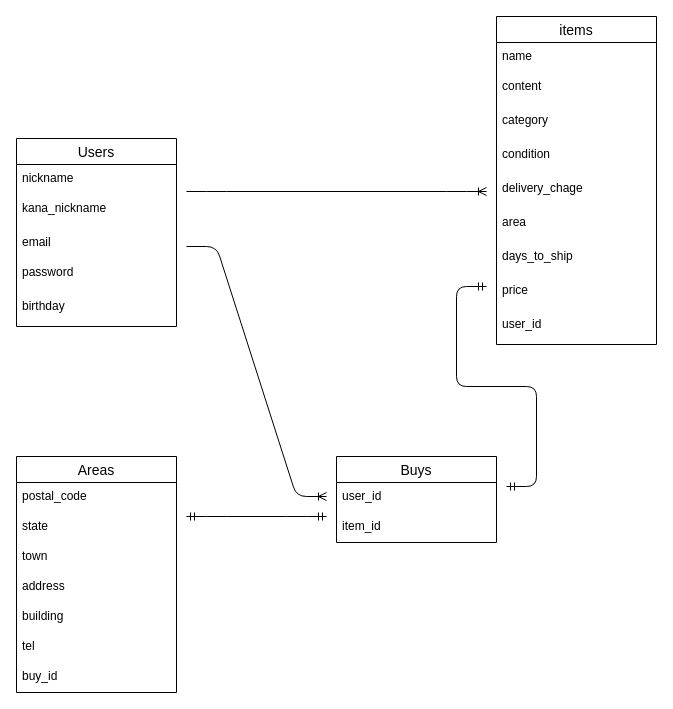
The draw.io diagram app/test.dio in kengolgol/furima-35558, before the edit. Source tidied: cells renumbered, new cells numbered last; positions are measured from the earlier drawing's top-left corner, leaving out a move shared by most shapes. Both pictures are drawn from the tidied source at 100%, with x=0, y=0 at pixel (16, 16).
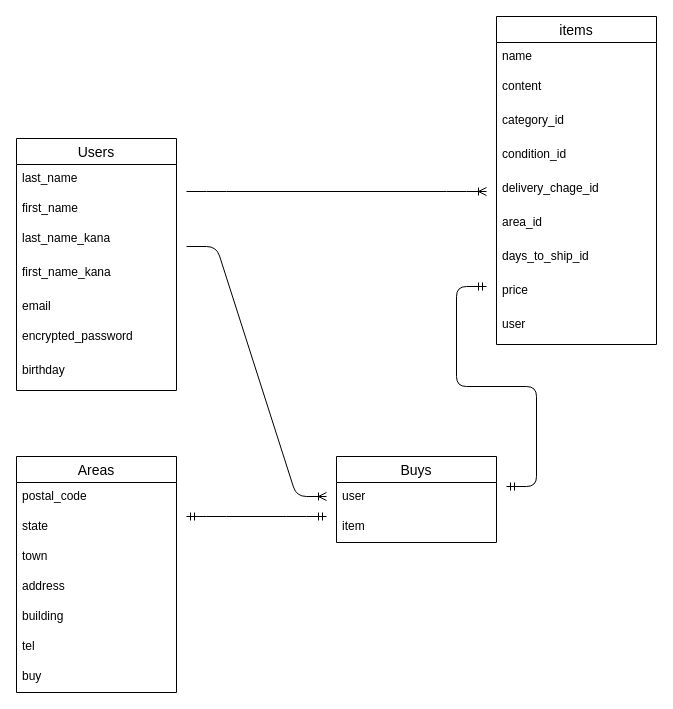
After the change.

The change refers to these unchanged cells:
```xml
<mxCell id="2" value="items" style="swimlane;fontStyle=0;horizontal=1;startSize=26;align=center;fontSize=14;" parent="1" vertex="1">
  <mxGeometry x="480" width="160" height="328" as="geometry" />
</mxCell>
<mxCell id="18" value="Areas" style="swimlane;fontStyle=0;horizontal=1;startSize=26;align=center;fontSize=14;" parent="1" vertex="1">
  <mxGeometry y="440" width="160" height="236" as="geometry" />
</mxCell>
<mxCell id="26" value="Buys" style="swimlane;fontStyle=0;horizontal=1;startSize=26;align=center;fontSize=14;" parent="1" vertex="1">
  <mxGeometry x="320" y="440" width="160" height="86" as="geometry" />
</mxCell>
```

The edit, as a diff of the source:
```diff
@@
-    <mxCell id="5" value="category" style="text;strokeColor=none;fillColor=none;spacingLeft=4;spacingRight=4;overflow=hidden;fontSize=12;" parent="2" vertex="1">
+    <mxCell id="5" value="category_id" style="text;strokeColor=none;fillColor=none;spacingLeft=4;spacingRight=4;overflow=hidden;fontSize=12;" parent="2" vertex="1">
       <mxGeometry y="90" width="160" height="34" as="geometry" />
     </mxCell>
-    <mxCell id="6" value="condition" style="text;strokeColor=none;fillColor=none;spacingLeft=4;spacingRight=4;overflow=hidden;fontSize=12;" parent="2" vertex="1">
+    <mxCell id="6" value="condition_id" style="text;strokeColor=none;fillColor=none;spacingLeft=4;spacingRight=4;overflow=hidden;fontSize=12;" parent="2" vertex="1">
       <mxGeometry y="124" width="160" height="34" as="geometry" />
     </mxCell>
-    <mxCell id="7" value="delivery_chage" style="text;strokeColor=none;fillColor=none;spacingLeft=4;spacingRight=4;overflow=hidden;fontSize=12;" parent="2" vertex="1">
+    <mxCell id="7" value="delivery_chage_id" style="text;strokeColor=none;fillColor=none;spacingLeft=4;spacingRight=4;overflow=hidden;fontSize=12;" parent="2" vertex="1">
       <mxGeometry y="158" width="160" height="34" as="geometry" />
     </mxCell>
-    <mxCell id="8" value="area" style="text;strokeColor=none;fillColor=none;spacingLeft=4;spacingRight=4;overflow=hidden;fontSize=12;" parent="2" vertex="1">
+    <mxCell id="8" value="area_id" style="text;strokeColor=none;fillColor=none;spacingLeft=4;spacingRight=4;overflow=hidden;fontSize=12;" parent="2" vertex="1">
       <mxGeometry y="192" width="160" height="34" as="geometry" />
     </mxCell>
-    <mxCell id="9" value="days_to_ship" style="text;strokeColor=none;fillColor=none;spacingLeft=4;spacingRight=4;overflow=hidden;fontSize=12;" parent="2" vertex="1">
+    <mxCell id="9" value="days_to_ship_id" style="text;strokeColor=none;fillColor=none;spacingLeft=4;spacingRight=4;overflow=hidden;fontSize=12;" parent="2" vertex="1">
       <mxGeometry y="226" width="160" height="34" as="geometry" />
     </mxCell>
@@
-    <mxCell id="11" value="user_id" style="text;strokeColor=none;fillColor=none;spacingLeft=4;spacingRight=4;overflow=hidden;fontSize=12;" parent="2" vertex="1">
+    <mxCell id="11" value="user" style="text;strokeColor=none;fillColor=none;spacingLeft=4;spacingRight=4;overflow=hidden;fontSize=12;" parent="2" vertex="1">
       <mxGeometry y="294" width="160" height="34" as="geometry" />
     </mxCell>
     <mxCell id="12" value="Users" style="swimlane;fontStyle=0;horizontal=1;startSize=26;align=center;fontSize=14;" parent="1" vertex="1">
-      <mxGeometry y="122" width="160" height="188" as="geometry" />
+      <mxGeometry y="122" width="160" height="252" as="geometry" />
     </mxCell>
-    <mxCell id="13" value="nickname" style="text;strokeColor=none;fillColor=none;spacingLeft=4;spacingRight=4;overflow=hidden;fontSize=12;" parent="12" vertex="1">
+    <mxCell id="13" value="last_name" style="text;strokeColor=none;fillColor=none;spacingLeft=4;spacingRight=4;overflow=hidden;fontSize=12;" parent="12" vertex="1">
       <mxGeometry y="26" width="160" height="30" as="geometry" />
     </mxCell>
+    <mxCell id="33" value="first_name" style="text;strokeColor=none;fillColor=none;spacingLeft=4;spacingRight=4;overflow=hidden;fontSize=12;" parent="12" vertex="1">
+      <mxGeometry y="56" width="160" height="30" as="geometry" />
+    </mxCell>
-    <mxCell id="14" value="kana_nickname" style="text;strokeColor=none;fillColor=none;spacingLeft=4;spacingRight=4;overflow=hidden;fontSize=12;" parent="12" vertex="1">
-      <mxGeometry y="56" width="160" height="34" as="geometry" />
+    <mxCell id="14" value="last_name_kana" style="text;strokeColor=none;fillColor=none;spacingLeft=4;spacingRight=4;overflow=hidden;fontSize=12;" parent="12" vertex="1">
+      <mxGeometry y="86" width="160" height="34" as="geometry" />
     </mxCell>
+    <mxCell id="34" value="first_name_kana" style="text;strokeColor=none;fillColor=none;spacingLeft=4;spacingRight=4;overflow=hidden;fontSize=12;" parent="12" vertex="1">
+      <mxGeometry y="120" width="160" height="34" as="geometry" />
+    </mxCell>
     <mxCell id="15" value="email" style="text;strokeColor=none;fillColor=none;spacingLeft=4;spacingRight=4;overflow=hidden;fontSize=12;" parent="12" vertex="1">
-      <mxGeometry y="90" width="160" height="30" as="geometry" />
+      <mxGeometry y="154" width="160" height="30" as="geometry" />
     </mxCell>
-    <mxCell id="16" value="password" style="text;strokeColor=none;fillColor=none;spacingLeft=4;spacingRight=4;overflow=hidden;fontSize=12;" parent="12" vertex="1">
-      <mxGeometry y="120" width="160" height="34" as="geometry" />
+    <mxCell id="16" value="encrypted_password" style="text;strokeColor=none;fillColor=none;spacingLeft=4;spacingRight=4;overflow=hidden;fontSize=12;" parent="12" vertex="1">
+      <mxGeometry y="184" width="160" height="34" as="geometry" />
     </mxCell>
     <mxCell id="17" value="birthday" style="text;strokeColor=none;fillColor=none;spacingLeft=4;spacingRight=4;overflow=hidden;fontSize=12;" parent="12" vertex="1">
-      <mxGeometry y="154" width="160" height="34" as="geometry" />
+      <mxGeometry y="218" width="160" height="34" as="geometry" />
     </mxCell>
@@
-    <mxCell id="25" value="buy_id" style="text;strokeColor=none;fillColor=none;spacingLeft=4;spacingRight=4;overflow=hidden;fontSize=12;" parent="18" vertex="1">
+    <mxCell id="25" value="buy" style="text;strokeColor=none;fillColor=none;spacingLeft=4;spacingRight=4;overflow=hidden;fontSize=12;" parent="18" vertex="1">
       <mxGeometry y="206" width="160" height="30" as="geometry" />
     </mxCell>
@@
-    <mxCell id="27" value="user_id" style="text;strokeColor=none;fillColor=none;spacingLeft=4;spacingRight=4;overflow=hidden;fontSize=12;" parent="26" vertex="1">
+    <mxCell id="27" value="user" style="text;strokeColor=none;fillColor=none;spacingLeft=4;spacingRight=4;overflow=hidden;fontSize=12;" parent="26" vertex="1">
       <mxGeometry y="26" width="160" height="30" as="geometry" />
     </mxCell>
-    <mxCell id="28" value="item_id" style="text;strokeColor=none;fillColor=none;spacingLeft=4;spacingRight=4;overflow=hidden;fontSize=12;" parent="26" vertex="1">
+    <mxCell id="28" value="item" style="text;strokeColor=none;fillColor=none;spacingLeft=4;spacingRight=4;overflow=hidden;fontSize=12;" parent="26" vertex="1">
       <mxGeometry y="56" width="160" height="30" as="geometry" />
     </mxCell>
```
